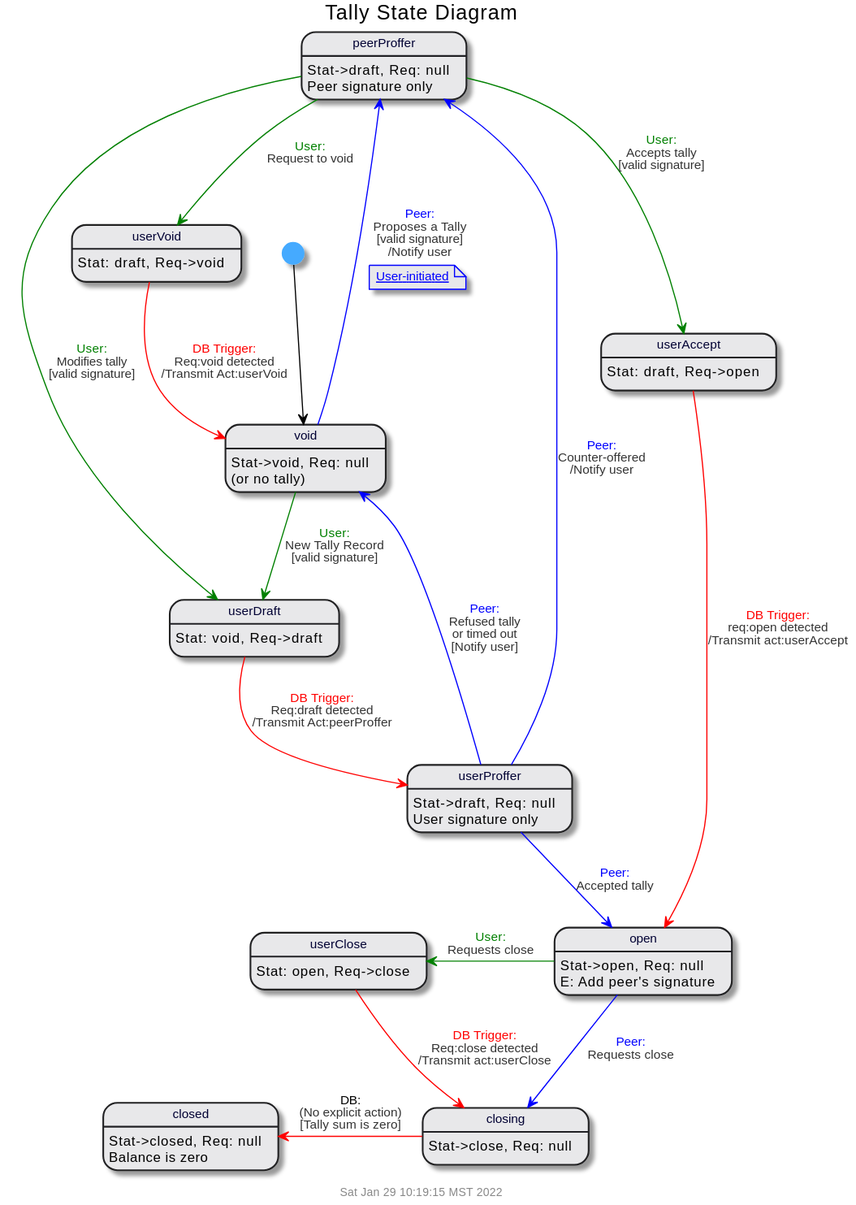
Before: doc/uml/state-tally.svg, a diagram exported from PlantUML (gotchoices/MyCHIPs).
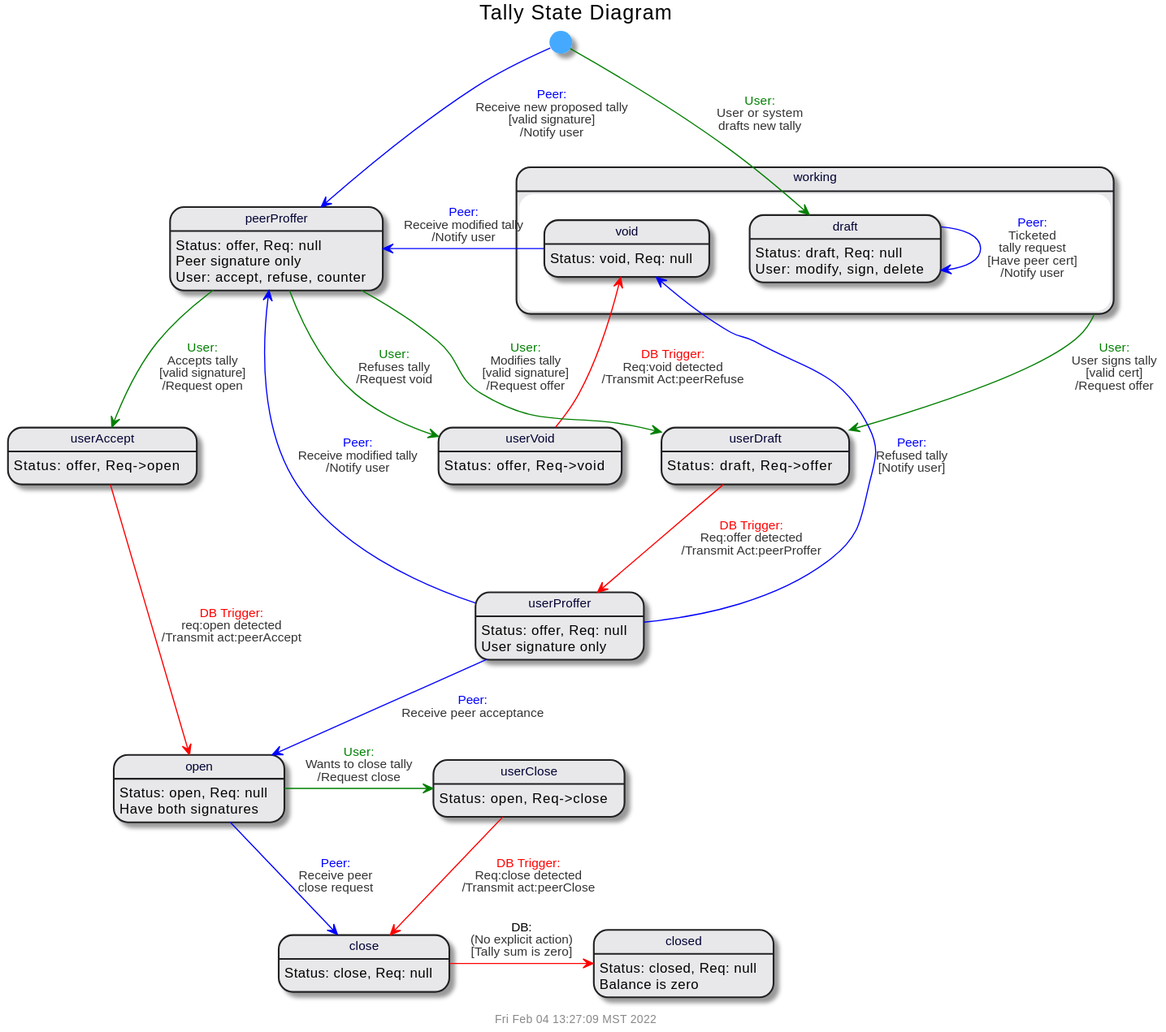
After the change.

What changed in the source:
```diff
@@ -2,48 +2,51 @@
 !include common.puml
 
 $title(Tally State Diagram)
-[*] --> void
-state "void" as void
 
-userVoid : Stat: draft, Req->void
-userAccept : Stat: draft, Req->open
-userDraft : Stat: void, Req->draft
-userClose : Stat: open, Req->close
-void : Stat->void, Req: null\n(or no tally)
-open : Stat->open, Req: null
-closing : Stat->close, Req: null
-peerProffer : Stat->draft, Req: null
+userVoid : Status: offer, Req->void
+userAccept : Status: offer, Req->open
+userDraft : Status: draft, Req->offer
+userClose : Status: open, Req->close
+state working {
+  draft : Status: draft, Req: null
+  draft : User: modify, sign, delete
+  void : Status: void, Req: null
+}
+open : Status: open, Req: null
+open : Have both signatures
+close : Status: close, Req: null
+peerProffer : Status: offer, Req: null
 peerProffer : Peer signature only
-userProffer : Stat->draft, Req: null
+peerProffer : User: accept, refuse, counter
+userProffer : Status: offer, Req: null
 userProffer : User signature only
-closed : Stat->closed, Req: null
+closed : Status: closed, Req: null
 closed : Balance is zero
-open : E: Add peer's signature
 
-void -[$peer]-> peerProffer : $trans($peer,Proposes a Tally,valid signature,Notify user)
-note on link
-  [[../Tallies.md#establishing-a-tally{Can't happen until our user uses a connection ticket to connect to the propser's system and exchange keys} User-initiated]]
-endnote
-void -[$user]-> userDraft : $trans($user,New Tally Record,valid signature)
+[*] -[$user]-> draft : $trans($user,User or system\ndrafts new tally)
+[*] -[$peer]-> peerProffer : $trans($peer,Receive new proposed tally,valid signature,Notify user)
+working -[$user]-> userDraft : $trans($user,User signs tally,valid cert,Request offer)
 
-userVoid -[$db]-> void : $trans($db,Req:void detected,'',Transmit Act:userVoid)
+draft -[$peer]-> draft : $trans($peer,Ticketed\ntally request,Have peer cert, Notify user)
+userVoid -[$db]-> void : $trans($db,Req:void detected,'',Transmit Act:peerRefuse)
 
-peerProffer -[$user]-> userVoid : $trans($user,Request to void)
-peerProffer -[$user]-> userDraft : $trans($user,Modifies tally,valid signature)
-peerProffer -[$user]-> userAccept : $trans($user,Accepts tally,valid signature)
+peerProffer -[$user]-> userVoid : $trans($user,Refuses tally, '', Request void)
+peerProffer -[$user]-> userDraft : $trans($user,Modifies tally,valid signature, Request offer)
+peerProffer -[$user]-> userAccept : $trans($user,Accepts tally,valid signature, Request open)
 
-userAccept -[$db]-> open : $trans($db,req:open detected,'',Transmit act:userAccept)
+userAccept -[$db]-> open : $trans($db,req:open detected,'',Transmit act:peerAccept)
 
-userDraft -[$db]-> userProffer : $trans($db,Req:draft detected,,Transmit Act:peerProffer)
+userDraft -[$db]-> userProffer : $trans($db,Req:offer detected,,Transmit Act:peerProffer)
 
-userProffer -[$peer]-> open : $trans($peer,Accepted tally)
-userProffer -[$peer]-> void : $trans($peer,"Refused tally\nor timed out",Notify user)
-userProffer -[$peer]-> peerProffer : $trans($peer,Counter-offered,'',Notify user)
+userProffer -[$peer]-> open : $trans($peer, Receive peer acceptance)
+userProffer -[$peer]-> void : $trans($peer,"Refused tally",Notify user)
+userProffer -[$peer]-> peerProffer : $trans($peer,Receive modified tally,'',Notify user)
+void -[$peer]-> peerProffer : $trans($peer,Receive modified tally,'',Notify user)
 
-open -left[$user]-> userClose : $trans($user,Requests close)
-open -[$peer]-> closing : $trans($peer,Requests close)
-userClose -[$db]-> closing : $trans($db,Req:close detected,'',Transmit act:userClose)
-closing -left[$db]-> closed : $trans(DB,'(No explicit action)',Tally sum is zero)
+open -right[$user]-> userClose : $trans($user, Wants to close tally, '', Request close)
+open -[$peer]-> close : $trans($peer,Receive peer\nclose request)
+userClose -[$db]-> close : $trans($db,Req:close detected,'',Transmit act:peerClose)
+close -right[$db]-> closed : $trans(DB,'(No explicit action)',Tally sum is zero)
 
 
 @enduml
```
